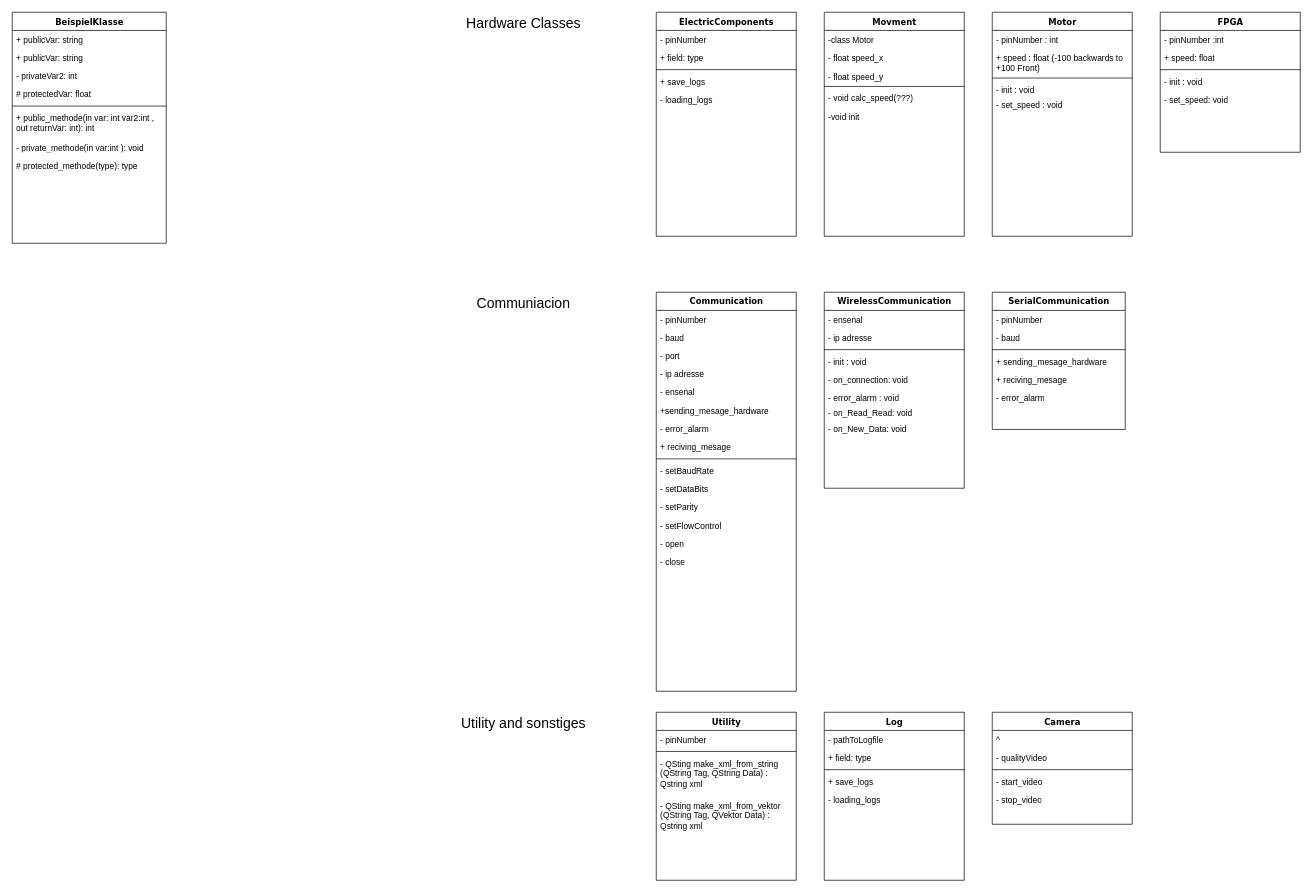
Above: Software/Doku/classdiagram_concept.drawio in OgLocGreen/proyecto_sistema_mecatronico_industrial (draw.io), before the change. Source tidied: cells renumbered, new cells numbered last; positions are measured from the earlier drawing's top-left corner, leaving out a move shared by most shapes. Both pictures are drawn from the tidied source at 70%, with x=0, y=0 at pixel (12, 12).
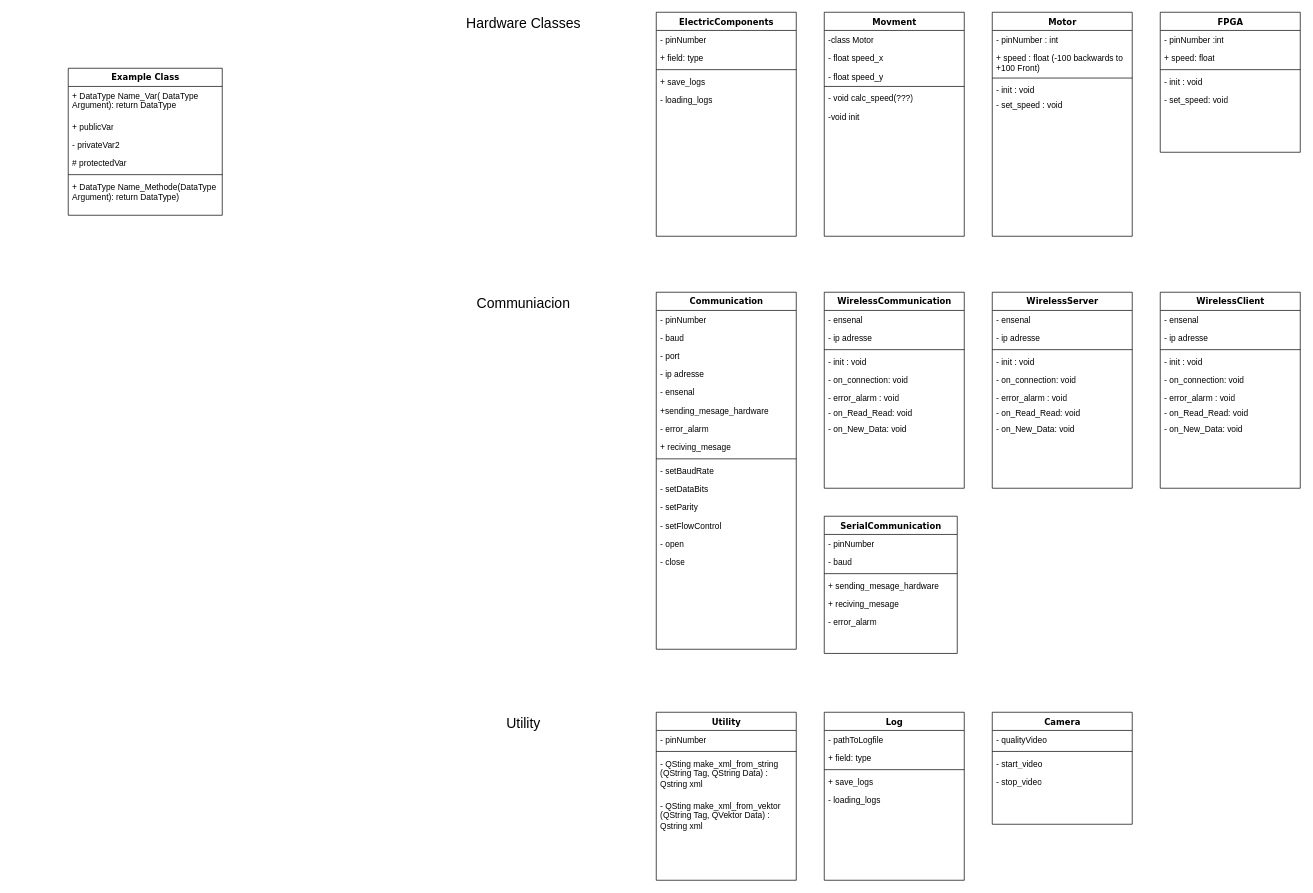
Above is the later version.

Unchanged cells that the change refers to:
```xml
<mxCell id="67" value="Camera" style="swimlane;html=1;fontStyle=1;align=center;verticalAlign=top;horizontal=1;startSize=26;swimlaneFillColor=#ffffff;rounded=0;shadow=0;comic=0;labelBackgroundColor=none;strokeWidth=1;fillColor=none;fontFamily=Verdana;fontSize=12;" parent="1" vertex="1">
  <mxGeometry x="1400" y="1000" width="200" height="160" as="geometry" />
</mxCell>
```

What changed in the source:
```diff
@@
-    <mxCell id="8" value="BeispielKlasse" style="swimlane;html=1;fontStyle=1;align=center;verticalAlign=top;horizontal=1;startSize=26;swimlaneFillColor=#ffffff;rounded=0;shadow=0;comic=0;labelBackgroundColor=none;strokeWidth=1;fillColor=none;fontFamily=Verdana;fontSize=12;" parent="1" vertex="1">
-      <mxGeometry width="220" height="330" as="geometry" />
+    <mxCell id="8" value="Example Class" style="swimlane;html=1;fontStyle=1;align=center;verticalAlign=top;horizontal=1;startSize=26;swimlaneFillColor=#ffffff;rounded=0;shadow=0;comic=0;labelBackgroundColor=none;strokeWidth=1;fillColor=none;fontFamily=Verdana;fontSize=12;" parent="1" vertex="1">
+      <mxGeometry x="80" y="80" width="220" height="210" as="geometry" />
     </mxCell>
-    <mxCell id="9" value="+ publicVar: string" style="text;html=1;strokeColor=none;fillColor=none;align=left;verticalAlign=top;spacingLeft=4;spacingRight=4;whiteSpace=wrap;overflow=hidden;" parent="8" vertex="1">
-      <mxGeometry y="26" width="220" height="26" as="geometry" />
+    <mxCell id="9" value="+ DataType Name_Var( DataType Argument): return DataType" style="text;html=1;strokeColor=none;fillColor=none;align=left;verticalAlign=top;spacingLeft=4;spacingRight=4;whiteSpace=wrap;overflow=hidden;" parent="8" vertex="1">
+      <mxGeometry y="26" width="220" height="44" as="geometry" />
     </mxCell>
-    <mxCell id="10" value="+ publicVar: string" style="text;html=1;strokeColor=none;fillColor=none;align=left;verticalAlign=top;spacingLeft=4;spacingRight=4;whiteSpace=wrap;overflow=hidden;" parent="8" vertex="1">
-      <mxGeometry y="52" width="220" height="26" as="geometry" />
+    <mxCell id="10" value="+ publicVar" style="text;html=1;strokeColor=none;fillColor=none;align=left;verticalAlign=top;spacingLeft=4;spacingRight=4;whiteSpace=wrap;overflow=hidden;" parent="8" vertex="1">
+      <mxGeometry y="70" width="220" height="26" as="geometry" />
     </mxCell>
-    <mxCell id="11" value="- privateVar2: int" style="text;html=1;strokeColor=none;fillColor=none;align=left;verticalAlign=top;spacingLeft=4;spacingRight=4;whiteSpace=wrap;overflow=hidden;" parent="8" vertex="1">
-      <mxGeometry y="78" width="220" height="26" as="geometry" />
+    <mxCell id="11" value="- privateVar2" style="text;html=1;strokeColor=none;fillColor=none;align=left;verticalAlign=top;spacingLeft=4;spacingRight=4;whiteSpace=wrap;overflow=hidden;" parent="8" vertex="1">
+      <mxGeometry y="96" width="220" height="26" as="geometry" />
     </mxCell>
-    <mxCell id="12" value="# protectedVar: float" style="text;html=1;strokeColor=none;fillColor=none;align=left;verticalAlign=top;spacingLeft=4;spacingRight=4;whiteSpace=wrap;overflow=hidden;" parent="8" vertex="1">
-      <mxGeometry y="104" width="220" height="26" as="geometry" />
+    <mxCell id="12" value="# protectedVar" style="text;html=1;strokeColor=none;fillColor=none;align=left;verticalAlign=top;spacingLeft=4;spacingRight=4;whiteSpace=wrap;overflow=hidden;" parent="8" vertex="1">
+      <mxGeometry y="122" width="220" height="26" as="geometry" />
     </mxCell>
-    <mxCell id="13" style="line;html=1;strokeWidth=1;fillColor=none;align=left;verticalAlign=middle;spacingTop=-1;spacingLeft=3;spacingRight=3;labelPosition=right;" parent="8" vertex="1">
-      <mxGeometry y="130" width="220" height="8" as="geometry" />
-    </mxCell>
-    <mxCell id="14" value="+ public_methode(in var: int var2:int , out returnVar: int): int" style="text;html=1;strokeColor=none;fillColor=none;align=left;verticalAlign=top;spacingLeft=4;spacingRight=4;whiteSpace=wrap;overflow=hidden;" parent="8" vertex="1">
-      <mxGeometry y="138" width="220" height="42" as="geometry" />
-    </mxCell>
-    <mxCell id="15" value="- private_methode(in var:int ): void" style="text;html=1;strokeColor=none;fillColor=none;align=left;verticalAlign=top;spacingLeft=4;spacingRight=4;whiteSpace=wrap;overflow=hidden;" parent="8" vertex="1">
-      <mxGeometry y="180" width="220" height="26" as="geometry" />
-    </mxCell>
+    <mxCell id="88" style="line;html=1;strokeWidth=1;fillColor=none;align=left;verticalAlign=middle;spacingTop=-1;spacingLeft=3;spacingRight=3;labelPosition=right;" parent="8" vertex="1">
+      <mxGeometry y="148" width="220" height="8" as="geometry" />
+    </mxCell>
-    <mxCell id="16" value="# protected_methode(type): type" style="text;html=1;strokeColor=none;fillColor=none;align=left;verticalAlign=top;spacingLeft=4;spacingRight=4;whiteSpace=wrap;overflow=hidden;" parent="8" vertex="1">
-      <mxGeometry y="206" width="220" height="26" as="geometry" />
+    <mxCell id="16" value="+ DataType Name_Methode(DataType Argument): return DataType)" style="text;html=1;strokeColor=none;fillColor=none;align=left;verticalAlign=top;spacingLeft=4;spacingRight=4;whiteSpace=wrap;overflow=hidden;" parent="8" vertex="1">
+      <mxGeometry y="156" width="220" height="44" as="geometry" />
     </mxCell>
@@
     <mxCell id="23" value="SerialCommunication" style="swimlane;html=1;fontStyle=1;align=center;verticalAlign=top;horizontal=1;startSize=26;swimlaneFillColor=#ffffff;rounded=0;shadow=0;comic=0;labelBackgroundColor=none;strokeWidth=1;fillColor=none;fontFamily=Verdana;fontSize=12;" parent="1" vertex="1">
-      <mxGeometry x="1400" y="400" width="190" height="196" as="geometry" />
+      <mxGeometry x="1160" y="720" width="190" height="196" as="geometry" />
     </mxCell>
@@
     <mxCell id="45" value="Communication" style="swimlane;html=1;fontStyle=1;align=center;verticalAlign=top;horizontal=1;startSize=26;swimlaneFillColor=#ffffff;rounded=0;shadow=0;comic=0;labelBackgroundColor=none;strokeWidth=1;fillColor=none;fontFamily=Verdana;fontSize=12;" parent="1" vertex="1">
-      <mxGeometry x="920" y="400" width="200" height="570" as="geometry" />
+      <mxGeometry x="920" y="400" width="200" height="510" as="geometry" />
     </mxCell>
@@
-    <mxCell id="68" value="^" style="text;html=1;strokeColor=none;fillColor=none;align=left;verticalAlign=top;spacingLeft=4;spacingRight=4;whiteSpace=wrap;overflow=hidden;" parent="67" vertex="1">
-      <mxGeometry y="26" width="200" height="26" as="geometry" />
-    </mxCell>
     <mxCell id="69" value="- qualityVideo" style="text;html=1;strokeColor=none;fillColor=none;align=left;verticalAlign=top;spacingLeft=4;spacingRight=4;whiteSpace=wrap;overflow=hidden;" parent="67" vertex="1">
-      <mxGeometry y="52" width="200" height="26" as="geometry" />
+      <mxGeometry y="26" width="200" height="26" as="geometry" />
     </mxCell>
     <mxCell id="70" style="line;html=1;strokeWidth=1;fillColor=none;align=left;verticalAlign=middle;spacingTop=-1;spacingLeft=3;spacingRight=3;labelPosition=right;" parent="67" vertex="1">
-      <mxGeometry y="78" width="200" height="8" as="geometry" />
+      <mxGeometry y="52" width="200" height="8" as="geometry" />
     </mxCell>
     <mxCell id="71" value="- start_video" style="text;html=1;strokeColor=none;fillColor=none;align=left;verticalAlign=top;spacingLeft=4;spacingRight=4;whiteSpace=wrap;overflow=hidden;" parent="67" vertex="1">
-      <mxGeometry y="86" width="200" height="26" as="geometry" />
+      <mxGeometry y="60" width="200" height="26" as="geometry" />
     </mxCell>
     <mxCell id="72" value="- stop_video" style="text;html=1;strokeColor=none;fillColor=none;align=left;verticalAlign=top;spacingLeft=4;spacingRight=4;whiteSpace=wrap;overflow=hidden;" parent="67" vertex="1">
-      <mxGeometry y="112" width="200" height="26" as="geometry" />
+      <mxGeometry y="86" width="200" height="26" as="geometry" />
     </mxCell>
@@
-    <mxCell id="87" value="Utility and sonstiges" style="text;html=1;align=center;verticalAlign=middle;strokeColor=none;fillColor=none;fontSize=20;" parent="1" vertex="1">
-      <mxGeometry x="635" y="1000" width="190" height="30" as="geometry" />
+    <mxCell id="87" value="Utility" style="text;html=1;align=center;verticalAlign=middle;strokeColor=none;fillColor=none;fontSize=20;" parent="1" vertex="1">
+      <mxGeometry x="700" y="1000" width="60" height="30" as="geometry" />
     </mxCell>
+    <mxCell id="89" value="WirelessServer" style="swimlane;html=1;fontStyle=1;align=center;verticalAlign=top;horizontal=1;startSize=26;swimlaneFillColor=#ffffff;rounded=0;shadow=0;comic=0;labelBackgroundColor=none;strokeWidth=1;fillColor=none;fontFamily=Verdana;fontSize=12;" parent="1" vertex="1">
+      <mxGeometry x="1400" y="400" width="200" height="280" as="geometry" />
+    </mxCell>
+    <mxCell id="90" value="- ensenal" style="text;html=1;strokeColor=none;fillColor=none;align=left;verticalAlign=top;spacingLeft=4;spacingRight=4;whiteSpace=wrap;overflow=hidden;" parent="89" vertex="1">
+      <mxGeometry y="26" width="200" height="26" as="geometry" />
+    </mxCell>
+    <mxCell id="91" value="- ip adresse" style="text;html=1;strokeColor=none;fillColor=none;align=left;verticalAlign=top;spacingLeft=4;spacingRight=4;whiteSpace=wrap;overflow=hidden;" parent="89" vertex="1">
+      <mxGeometry y="52" width="200" height="26" as="geometry" />
+    </mxCell>
+    <mxCell id="92" style="line;html=1;strokeWidth=1;fillColor=none;align=left;verticalAlign=middle;spacingTop=-1;spacingLeft=3;spacingRight=3;labelPosition=right;" parent="89" vertex="1">
+      <mxGeometry y="78" width="200" height="8" as="geometry" />
+    </mxCell>
+    <mxCell id="93" value="- init : void" style="text;html=1;strokeColor=none;fillColor=none;align=left;verticalAlign=top;spacingLeft=4;spacingRight=4;whiteSpace=wrap;overflow=hidden;" parent="89" vertex="1">
+      <mxGeometry y="86" width="200" height="26" as="geometry" />
+    </mxCell>
+    <mxCell id="94" value="- on_connection: void" style="text;html=1;strokeColor=none;fillColor=none;align=left;verticalAlign=top;spacingLeft=4;spacingRight=4;whiteSpace=wrap;overflow=hidden;" parent="89" vertex="1">
+      <mxGeometry y="112" width="200" height="26" as="geometry" />
+    </mxCell>
+    <mxCell id="95" value="- error_alarm : void" style="text;html=1;strokeColor=none;fillColor=none;align=left;verticalAlign=top;spacingLeft=4;spacingRight=4;whiteSpace=wrap;overflow=hidden;" parent="89" vertex="1">
+      <mxGeometry y="138" width="200" height="22" as="geometry" />
+    </mxCell>
+    <mxCell id="96" value="- on_Read_Read: void" style="text;html=1;strokeColor=none;fillColor=none;align=left;verticalAlign=top;spacingLeft=4;spacingRight=4;whiteSpace=wrap;overflow=hidden;" parent="89" vertex="1">
+      <mxGeometry y="160" width="200" height="22" as="geometry" />
+    </mxCell>
+    <mxCell id="97" value="- on_New_Data: void" style="text;html=1;strokeColor=none;fillColor=none;align=left;verticalAlign=top;spacingLeft=4;spacingRight=4;whiteSpace=wrap;overflow=hidden;" parent="89" vertex="1">
+      <mxGeometry y="182" width="200" height="22" as="geometry" />
+    </mxCell>
+    <mxCell id="98" value="WirelessClient" style="swimlane;html=1;fontStyle=1;align=center;verticalAlign=top;horizontal=1;startSize=26;swimlaneFillColor=#ffffff;rounded=0;shadow=0;comic=0;labelBackgroundColor=none;strokeWidth=1;fillColor=none;fontFamily=Verdana;fontSize=12;" parent="1" vertex="1">
+      <mxGeometry x="1640" y="400" width="200" height="280" as="geometry" />
+    </mxCell>
+    <mxCell id="99" value="- ensenal" style="text;html=1;strokeColor=none;fillColor=none;align=left;verticalAlign=top;spacingLeft=4;spacingRight=4;whiteSpace=wrap;overflow=hidden;" parent="98" vertex="1">
+      <mxGeometry y="26" width="200" height="26" as="geometry" />
+    </mxCell>
+    <mxCell id="100" value="- ip adresse" style="text;html=1;strokeColor=none;fillColor=none;align=left;verticalAlign=top;spacingLeft=4;spacingRight=4;whiteSpace=wrap;overflow=hidden;" parent="98" vertex="1">
+      <mxGeometry y="52" width="200" height="26" as="geometry" />
+    </mxCell>
+    <mxCell id="101" style="line;html=1;strokeWidth=1;fillColor=none;align=left;verticalAlign=middle;spacingTop=-1;spacingLeft=3;spacingRight=3;labelPosition=right;" parent="98" vertex="1">
+      <mxGeometry y="78" width="200" height="8" as="geometry" />
+    </mxCell>
+    <mxCell id="102" value="- init : void" style="text;html=1;strokeColor=none;fillColor=none;align=left;verticalAlign=top;spacingLeft=4;spacingRight=4;whiteSpace=wrap;overflow=hidden;" parent="98" vertex="1">
+      <mxGeometry y="86" width="200" height="26" as="geometry" />
+    </mxCell>
+    <mxCell id="103" value="- on_connection: void" style="text;html=1;strokeColor=none;fillColor=none;align=left;verticalAlign=top;spacingLeft=4;spacingRight=4;whiteSpace=wrap;overflow=hidden;" parent="98" vertex="1">
+      <mxGeometry y="112" width="200" height="26" as="geometry" />
+    </mxCell>
+    <mxCell id="104" value="- error_alarm : void" style="text;html=1;strokeColor=none;fillColor=none;align=left;verticalAlign=top;spacingLeft=4;spacingRight=4;whiteSpace=wrap;overflow=hidden;" parent="98" vertex="1">
+      <mxGeometry y="138" width="200" height="22" as="geometry" />
+    </mxCell>
+    <mxCell id="105" value="- on_Read_Read: void" style="text;html=1;strokeColor=none;fillColor=none;align=left;verticalAlign=top;spacingLeft=4;spacingRight=4;whiteSpace=wrap;overflow=hidden;" parent="98" vertex="1">
+      <mxGeometry y="160" width="200" height="22" as="geometry" />
+    </mxCell>
+    <mxCell id="106" value="- on_New_Data: void" style="text;html=1;strokeColor=none;fillColor=none;align=left;verticalAlign=top;spacingLeft=4;spacingRight=4;whiteSpace=wrap;overflow=hidden;" parent="98" vertex="1">
+      <mxGeometry y="182" width="200" height="22" as="geometry" />
+    </mxCell>
```
